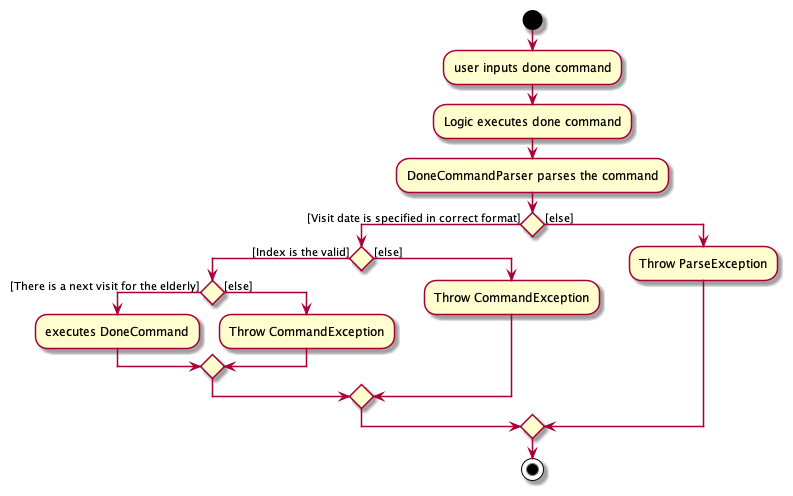
The PlantUML diagram docs/images/DoneCommandActivityDiagram.png in nus-cs2103-AY2122S1/tp, before a commit.
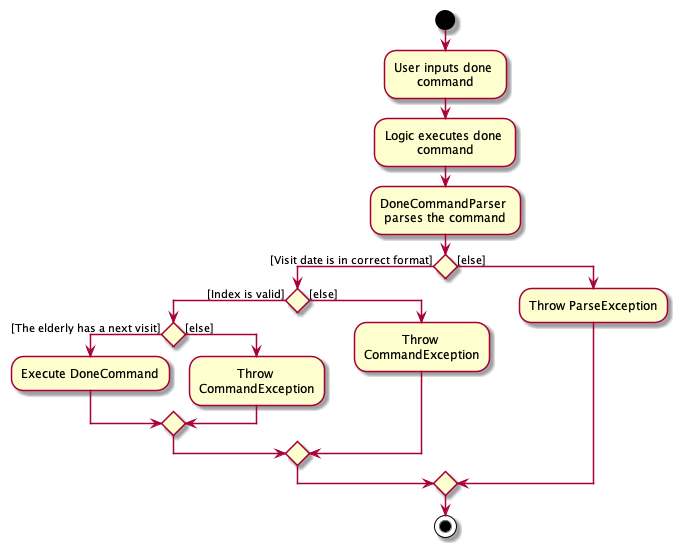
After the change.

Change to the diagram source:
```diff
@@ -1,13 +1,16 @@
 @startuml
+skinparam wrapWidth 140
+skinparam defaultTextAlignment center
+
 start
-:user inputs done command;
+:User inputs done command;
 :Logic executes done command;
 :DoneCommandParser parses the command;
 
-if () then ([Visit date is specified in correct format])
-    if () then ([Index is the valid])
-        if () then ([There is a next visit for the elderly])
-            :executes DoneCommand;
+if () then ([Visit date is in correct format])
+    if () then ([Index is valid])
+        if () then ([The elderly has a next visit])
+            :Execute DoneCommand;
         else ([else])
             :Throw CommandException;
         endif
```
